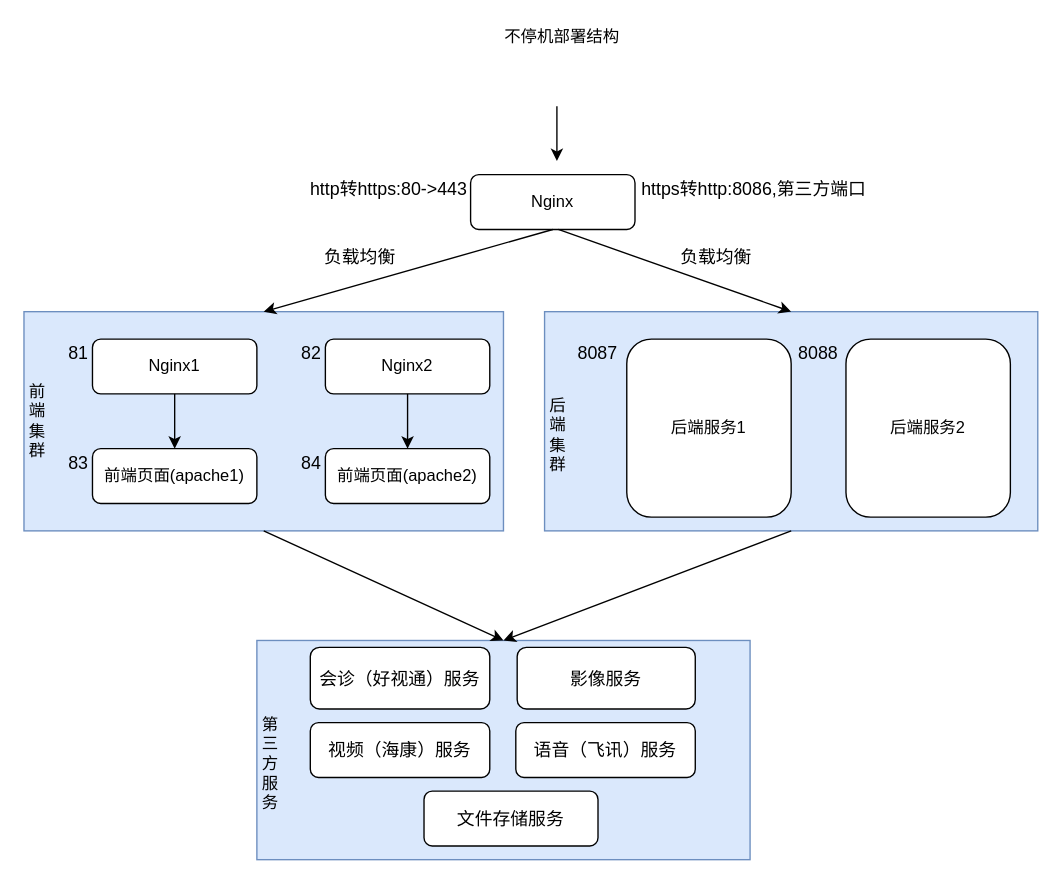
Above: page "HTTPS集群部署" (4 of 4) of drwaio/zzdx/dorcst阿里云部署结构.drawio in mianshenglee/dataStorage (draw.io), before the change. Source tidied: cells renumbered, new cells numbered last; positions are measured from the earlier drawing's top-left corner, leaving out a move shared by most shapes. Both pictures are drawn from the tidied source at 137%, with x=0, y=0 at pixel (23, 23).
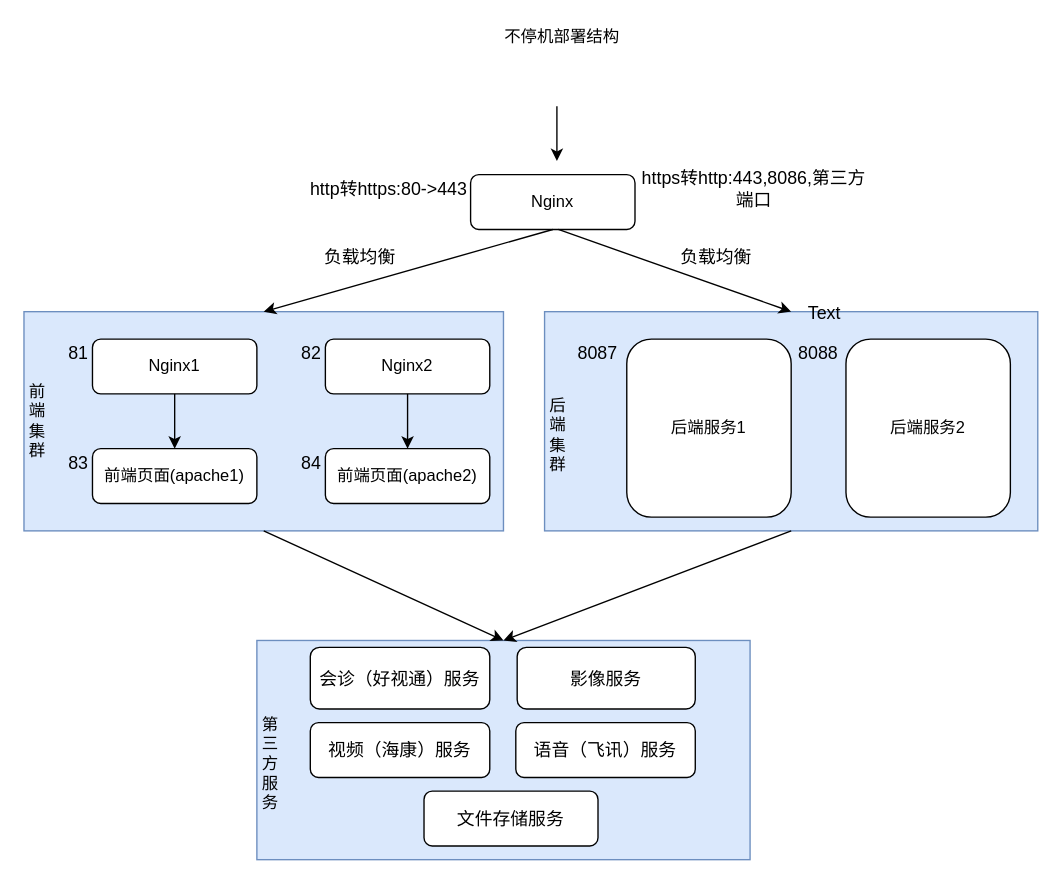
After the change.

Diff of the diagram source:
```diff
@@
-    <mxCell id="16" value="https转http:8086,第三方端口" style="text;html=1;strokeColor=none;fillColor=none;align=center;verticalAlign=middle;whiteSpace=wrap;rounded=0;fontSize=13;" parent="1" vertex="1">
+    <mxCell id="16" value="https转http:443,8086,第三方端口" style="text;html=1;strokeColor=none;fillColor=none;align=center;verticalAlign=middle;whiteSpace=wrap;rounded=0;fontSize=13;" parent="1" vertex="1">
       <mxGeometry x="446" y="110" width="174" height="20" as="geometry" />
     </mxCell>
@@
+    <mxCell id="38" value="Text" style="text;html=1;align=center;verticalAlign=middle;fontSize=13;" parent="1" vertex="1">
+      <mxGeometry x="564" y="201" width="40" height="20" as="geometry" />
+    </mxCell>
```
